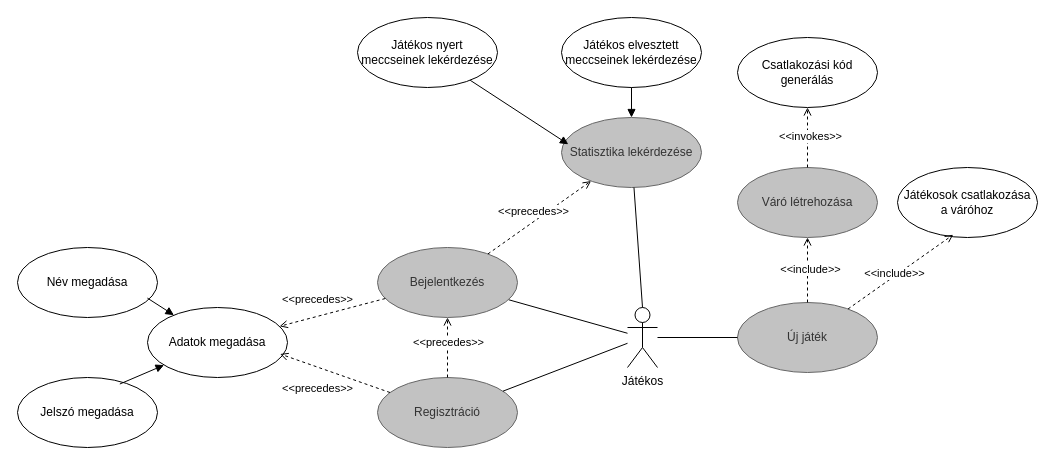
Above: page "Use Case - Menu" (1 of 9) of Szakdoga.drawio in laszlosimon98/strategy-game (draw.io), before the change. Source tidied: cells renumbered, new cells numbered last; positions are measured from the earlier drawing's top-left corner, leaving out a move shared by most shapes. Both pictures are drawn from the tidied source at 100%, with x=0, y=0 at pixel (17, 17).
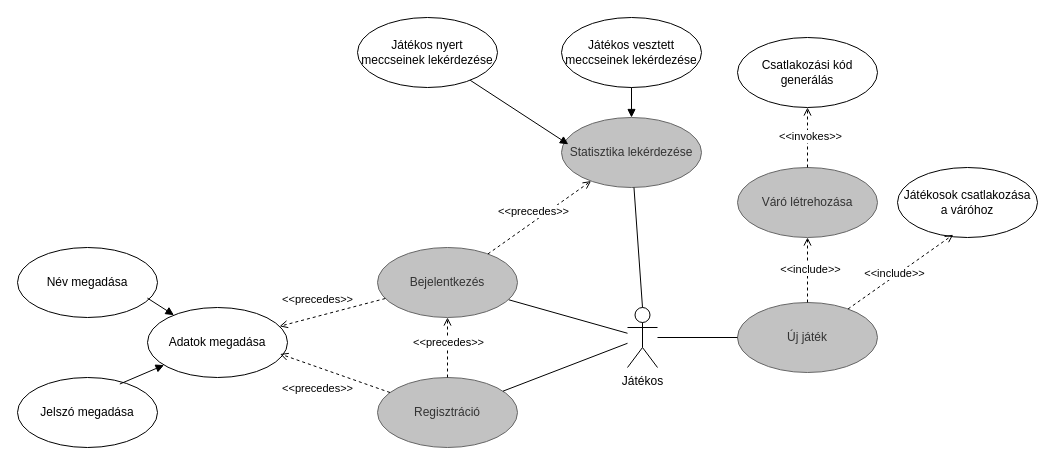
After the change.

Change to the diagram source:
```diff
@@
-    <mxCell id="25" value="Játékos elvesztett meccseinek lekérdezése" style="ellipse;whiteSpace=wrap;html=1;" parent="1" vertex="1">
+    <mxCell id="25" value="Játékos vesztett meccseinek lekérdezése" style="ellipse;whiteSpace=wrap;html=1;" parent="1" vertex="1">
       <mxGeometry x="544" width="140" height="70" as="geometry" />
     </mxCell>
```
